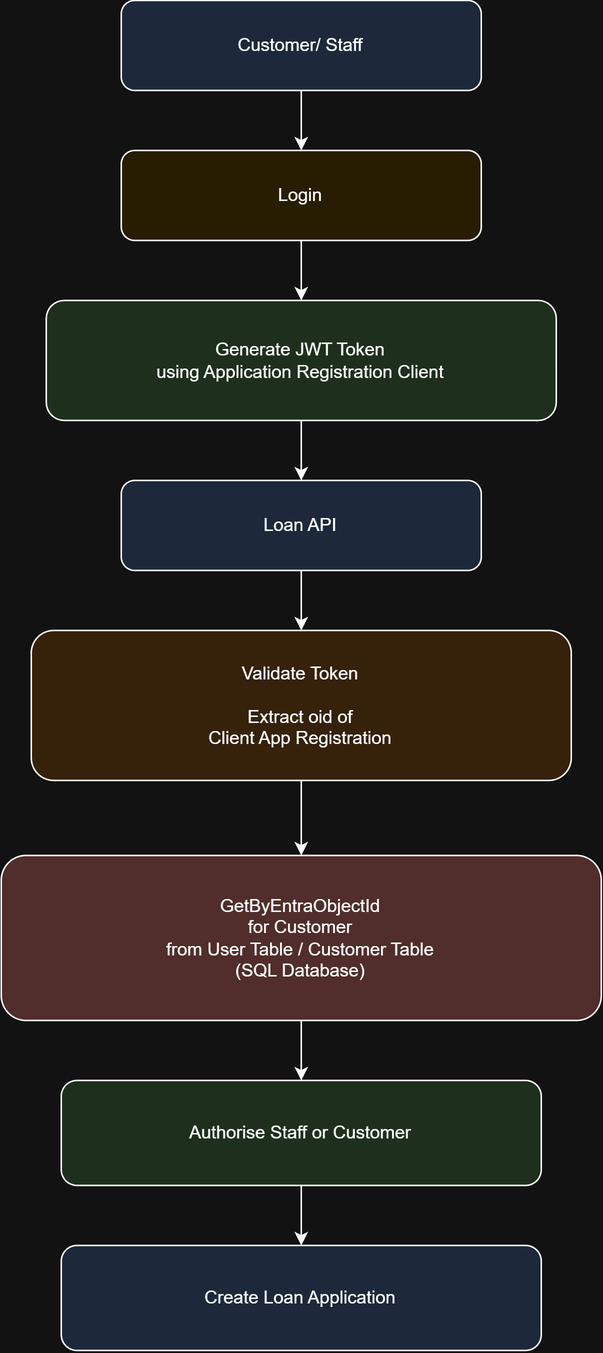
kirtish19/BankingApp keeps this draw.io diagram as Documents/Authentication/Authenticate.png. Above is the earlier version. Source tidied: cells renumbered, new cells last; positions are measured from the earlier drawing's top-left corner, leaving out a move shared by most shapes.
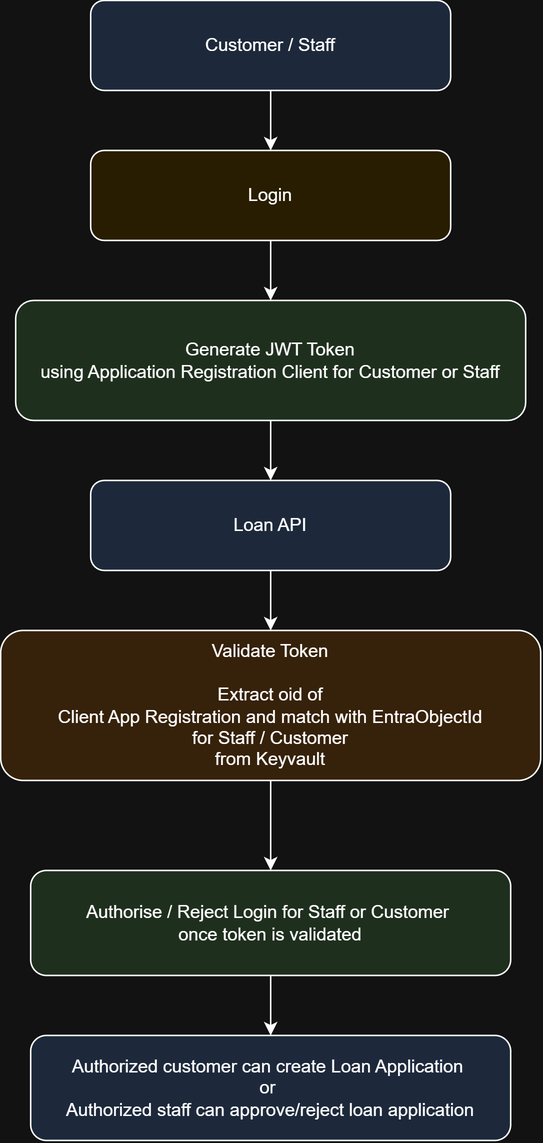
Later version of the same file.

Commit message:
Authentication flow updated

Change to the diagram source:
```diff
@@ -2,29 +2,26 @@
   <root>
     <mxCell id="0" />
     <mxCell id="1" parent="0" />
-    <mxCell id="2" value="Customer/ Staff" style="rounded=1;whiteSpace=wrap;html=1;fillColor=#dae8fc;" parent="1" vertex="1">
+    <mxCell id="2" value="Customer / Staff" style="rounded=1;whiteSpace=wrap;html=1;fillColor=#dae8fc;" parent="1" vertex="1">
       <mxGeometry x="80" width="240" height="60" as="geometry" />
     </mxCell>
     <mxCell id="3" value="Login" style="rounded=1;whiteSpace=wrap;html=1;fillColor=#fff2cc;" parent="1" vertex="1">
       <mxGeometry x="80" y="100" width="240" height="60" as="geometry" />
     </mxCell>
-    <mxCell id="4" value="Generate JWT Token&#10;using Application Registration Client" style="rounded=1;whiteSpace=wrap;html=1;fillColor=#d5e8d4;" parent="1" vertex="1">
+    <mxCell id="4" value="Generate JWT Token&lt;br&gt;using Application Registration Client for Customer or Staff" style="rounded=1;whiteSpace=wrap;html=1;fillColor=#d5e8d4;" parent="1" vertex="1">
       <mxGeometry x="30" y="200" width="340" height="80" as="geometry" />
     </mxCell>
     <mxCell id="5" value="Loan API" style="rounded=1;whiteSpace=wrap;html=1;fillColor=#dae8fc;" parent="1" vertex="1">
       <mxGeometry x="80" y="320" width="240" height="60" as="geometry" />
     </mxCell>
-    <mxCell id="6" value="Validate Token&#10;&#10;Extract oid of&#10;Client App Registration" style="rounded=1;whiteSpace=wrap;html=1;fillColor=#ffe6cc;" parent="1" vertex="1">
+    <mxCell id="6" value="Validate Token&lt;br&gt;&lt;br&gt;Extract oid of&lt;br&gt;Client App Registration and match with EntraObjectId&lt;br&gt;for Staff / Customer&lt;br&gt;from Keyvault" style="rounded=1;whiteSpace=wrap;html=1;fillColor=#ffe6cc;" parent="1" vertex="1">
       <mxGeometry x="20" y="420" width="360" height="100" as="geometry" />
     </mxCell>
-    <mxCell id="7" value="GetByEntraObjectId&#10;for Customer&#10;from User Table / Customer Table&#10;(SQL Database)" style="rounded=1;whiteSpace=wrap;html=1;fillColor=#f8cecc;" parent="1" vertex="1">
-      <mxGeometry y="570" width="400" height="110" as="geometry" />
-    </mxCell>
-    <mxCell id="8" value="Authorise Staff or Customer" style="rounded=1;whiteSpace=wrap;html=1;fillColor=#d5e8d4;" parent="1" vertex="1">
-      <mxGeometry x="40" y="720" width="320" height="70" as="geometry" />
+    <mxCell id="8" value="Authorise / Reject Login for Staff or Customer&amp;nbsp;&lt;div&gt;once token is validated&lt;/div&gt;" style="rounded=1;whiteSpace=wrap;html=1;fillColor=#d5e8d4;" parent="1" vertex="1">
+      <mxGeometry x="40" y="580" width="320" height="70" as="geometry" />
     </mxCell>
-    <mxCell id="9" value="Create Loan Application" style="rounded=1;whiteSpace=wrap;html=1;fillColor=#dae8fc;" parent="1" vertex="1">
-      <mxGeometry x="40" y="830" width="320" height="70" as="geometry" />
+    <mxCell id="9" value="Authorized customer can create Loan Application&amp;nbsp;&lt;div&gt;&lt;span style=&quot;background-color: transparent; color: light-dark(rgb(0, 0, 0), rgb(255, 255, 255));&quot;&gt;or&amp;nbsp;&lt;br&gt;&lt;/span&gt;&lt;div&gt;&lt;span style=&quot;background-color: transparent; color: light-dark(rgb(0, 0, 0), rgb(255, 255, 255));&quot;&gt;Authorized&lt;/span&gt;&lt;span style=&quot;background-color: transparent; color: light-dark(rgb(0, 0, 0), rgb(255, 255, 255));&quot;&gt;&amp;nbsp;s&lt;/span&gt;&lt;span style=&quot;background-color: transparent; color: light-dark(rgb(0, 0, 0), rgb(255, 255, 255));&quot;&gt;taff can approve/reject&amp;nbsp;&lt;/span&gt;&lt;span style=&quot;background-color: transparent; color: light-dark(rgb(0, 0, 0), rgb(255, 255, 255));&quot;&gt;loan application&lt;/span&gt;&lt;/div&gt;&lt;/div&gt;" style="rounded=1;whiteSpace=wrap;html=1;fillColor=#dae8fc;" parent="1" vertex="1">
+      <mxGeometry x="40" y="690" width="320" height="70" as="geometry" />
     </mxCell>
     <mxCell id="10" parent="1" edge="1" source="2" target="3">
       <mxGeometry relative="1" as="geometry" />
@@ -38,12 +35,9 @@
     <mxCell id="13" parent="1" edge="1" source="5" target="6">
       <mxGeometry relative="1" as="geometry" />
     </mxCell>
-    <mxCell id="14" parent="1" edge="1" source="6" target="7">
+    <mxCell id="14" parent="1" edge="1" source="6" target="8">
       <mxGeometry relative="1" as="geometry" />
     </mxCell>
-    <mxCell id="15" parent="1" edge="1" source="7" target="8">
-      <mxGeometry relative="1" as="geometry" />
-    </mxCell>
     <mxCell id="16" parent="1" edge="1" source="8" target="9">
       <mxGeometry relative="1" as="geometry" />
     </mxCell>
```
